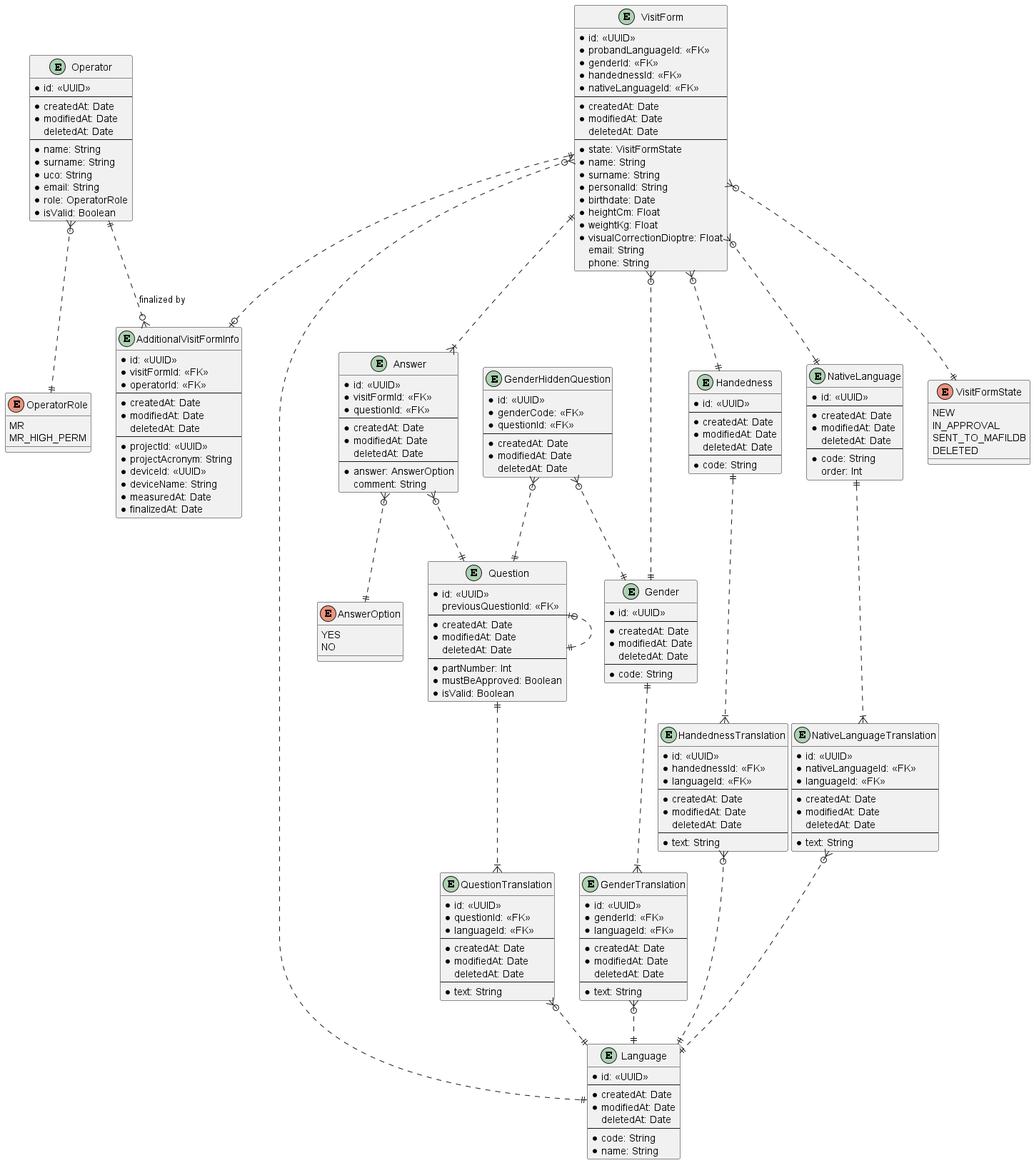
The PlantUML diagram docs/ERD.png in lukas-kratochvil/mafil-proband-safety-questionnaire, before a commit.
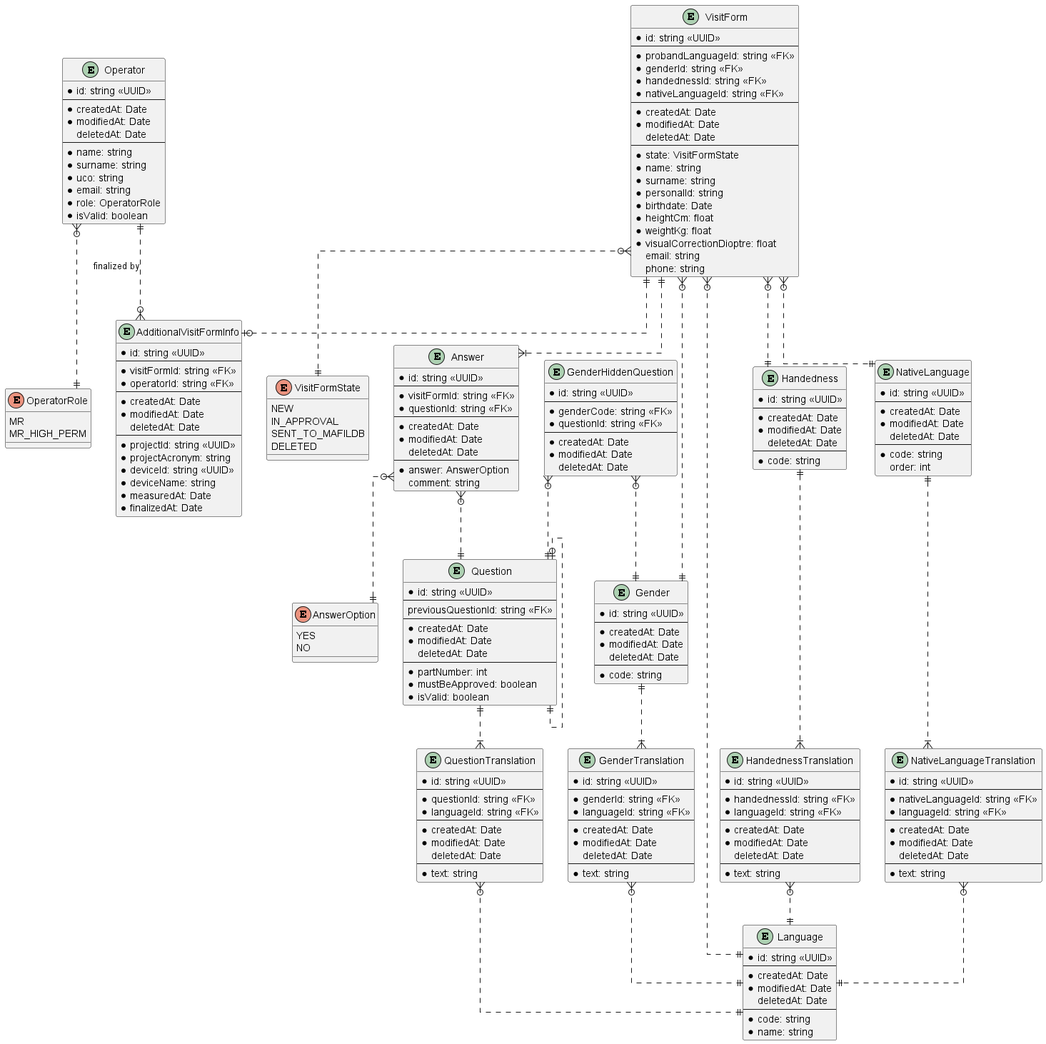
Above is the later version.

Commit message:
feat: made ERD look better

What changed in the source:
```diff
@@ -1,18 +1,20 @@
 @startuml ProbandSafetyQuestionnaire
 
+skinparam linetype ortho
+
 entity Operator {
-  * id: <<UUID>>
+  * id: string <<UUID>>
   ---
   * createdAt: Date
   * modifiedAt: Date
   deletedAt: Date
   ---
-  * name: String
-  * surname: String
-  * uco: String
-  * email: String
+  * name: string
+  * surname: string
+  * uco: string
+  * email: string
   * role: OperatorRole
-  * isValid: Boolean
+  * isValid: boolean
 }
 
 enum OperatorRole {
@@ -21,26 +23,27 @@
 }
 
 entity VisitForm {
-  * id: <<UUID>>
-  * probandLanguageId: <<FK>>
-  * genderId: <<FK>>
-  * handednessId: <<FK>>
-  * nativeLanguageId: <<FK>>
+  * id: string <<UUID>>
+  ---
+  * probandLanguageId: string <<FK>>
+  * genderId: string <<FK>>
+  * handednessId: string <<FK>>
+  * nativeLanguageId: string <<FK>>
   ---
   * createdAt: Date
   * modifiedAt: Date
   deletedAt: Date
   ---
   * state: VisitFormState
-  * name: String
-  * surname: String
-  * personalId: String
+  * name: string
+  * surname: string
+  * personalId: string
   * birthdate: Date
-  * heightCm: Float
-  * weightKg: Float
-  * visualCorrectionDioptre: Float
-  email: String
-  phone: String
+  * heightCm: float
+  * weightKg: float
+  * visualCorrectionDioptre: float
+  email: string
+  phone: string
 }
 
 enum VisitFormState {
@@ -51,18 +54,19 @@
 }
 
 entity AdditionalVisitFormInfo {
-  * id: <<UUID>>
-  * visitFormId: <<FK>>
-  * operatorId: <<FK>>
+  * id: string <<UUID>>
+  ---
+  * visitFormId: string <<FK>>
+  * operatorId: string <<FK>>
   ---
   * createdAt: Date
   * modifiedAt: Date
   deletedAt: Date
   ---
-  * projectId: <<UUID>>
-  * projectAcronym: String
-  * deviceId: <<UUID>>
-  * deviceName: String
+  * projectId: string <<UUID>>
+  * projectAcronym: string
+  * deviceId: string <<UUID>>
+  * deviceName: string
   * measuredAt: Date
   * finalizedAt: Date
 }
@@ -73,47 +77,51 @@
 }
 
 entity Answer {
-  * id: <<UUID>>
-  * visitFormId: <<FK>>
-  * questionId: <<FK>>
+  * id: string <<UUID>>
+  ---
+  * visitFormId: string <<FK>>
+  * questionId: string <<FK>>
   ---
   * createdAt: Date
   * modifiedAt: Date
   deletedAt: Date
   ---
   * answer: AnswerOption
-  comment: String
+  comment: string
 }
 
 entity Question {
-  * id: <<UUID>>
-  previousQuestionId: <<FK>>
+  * id: string <<UUID>>
+  ---
+  previousQuestionId: string <<FK>>
   ---
   * createdAt: Date
   * modifiedAt: Date
   deletedAt: Date
   ---
-  * partNumber: Int
-  * mustBeApproved: Boolean
-  * isValid: Boolean
+  * partNumber: int
+  * mustBeApproved: boolean
+  * isValid: boolean
 }
 
 entity QuestionTranslation {
-  * id: <<UUID>>
-  * questionId: <<FK>>
-  * languageId: <<FK>>
+  * id: string <<UUID>>
+  ---
+  * questionId: string <<FK>>
+  * languageId: string <<FK>>
   ---
   * createdAt: Date
   * modifiedAt: Date
   deletedAt: Date
   ---
-  * text: String
+  * text: string
 }
 
 entity GenderHiddenQuestion {
-  * id: <<UUID>>
-  * genderCode: <<FK>>
-  * questionId: <<FK>>
+  * id: string <<UUID>>
+  ---
+  * genderCode: string <<FK>>
+  * questionId: string <<FK>>
   ---
   * createdAt: Date
   * modifiedAt: Date
@@ -121,81 +129,84 @@
 }
 
 entity Gender {
-  * id: <<UUID>>
+  * id: string <<UUID>>
   ---
   * createdAt: Date
   * modifiedAt: Date
   deletedAt: Date
   ---
-  * code: String
+  * code: string
 }
 
 entity GenderTranslation {
-  * id: <<UUID>>
-  * genderId: <<FK>>
-  * languageId: <<FK>>
+  * id: string <<UUID>>
+  ---
+  * genderId: string <<FK>>
+  * languageId: string <<FK>>
   ---
   * createdAt: Date
   * modifiedAt: Date
   deletedAt: Date
   ---
-  * text: String
+  * text: string
 }
 
 entity Handedness {
-  * id: <<UUID>>
+  * id: string <<UUID>>
   ---
   * createdAt: Date
   * modifiedAt: Date
   deletedAt: Date
   ---
-  * code: String
+  * code: string
 }
 
 entity HandednessTranslation {
-  * id: <<UUID>>
-  * handednessId: <<FK>>
-  * languageId: <<FK>>
+  * id: string <<UUID>>
+  ---
+  * handednessId: string <<FK>>
+  * languageId: string <<FK>>
   ---
   * createdAt: Date
   * modifiedAt: Date
   deletedAt: Date
   ---
-  * text: String
+  * text: string
 }
 
 entity NativeLanguage {
-  * id: <<UUID>>
+  * id: string <<UUID>>
   ---
   * createdAt: Date
   * modifiedAt: Date
   deletedAt: Date
   ---
-  * code: String
-  order: Int
+  * code: string
+  order: int
 }
 
 entity NativeLanguageTranslation {
-  * id: <<UUID>>
-  * nativeLanguageId: <<FK>>
-  * languageId: <<FK>>
+  * id: string <<UUID>>
+  ---
+  * nativeLanguageId: string <<FK>>
+  * languageId: string <<FK>>
   ---
   * createdAt: Date
   * modifiedAt: Date
   deletedAt: Date
   ---
-  * text: String
+  * text: string
 }
 
 entity Language {
-  * id: <<UUID>>
+  * id: string <<UUID>>
   ---
   * createdAt: Date
   * modifiedAt: Date
   deletedAt: Date
   ---
-  * code: String
-  * name: String
+  * code: string
+  * name: string
 }
 
 Operator }o..|| OperatorRole
```
